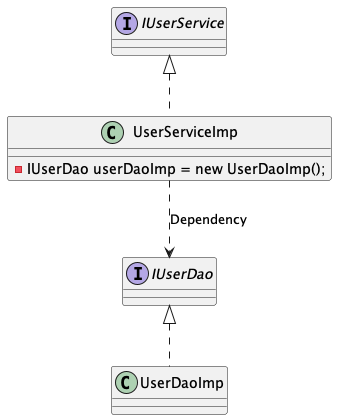
CCH0124/reactor-sandbox keeps this PlantUML diagram as spring-101/out/UML/ioc/tradition/tradition.png. Above is the earlier version. Its diagram source:
```plantuml
@startuml

interface IUserService{

}

class UserServiceImp implements IUserService {
    - IUserDao userDaoImp = new UserDaoImp();
}

interface IUserDao{

}

class UserDaoImp implements IUserDao {

}


UserServiceImp ..> IUserDao: Dependency

@enduml
```
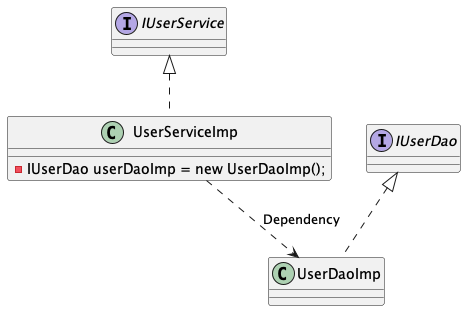
After the commit.

The edit, as a diff of the source:
```diff
@@ -17,6 +17,6 @@
 }
 
 
-UserServiceImp ..> IUserDao: Dependency
+UserServiceImp ..> UserDaoImp: Dependency
 
 @enduml
```
